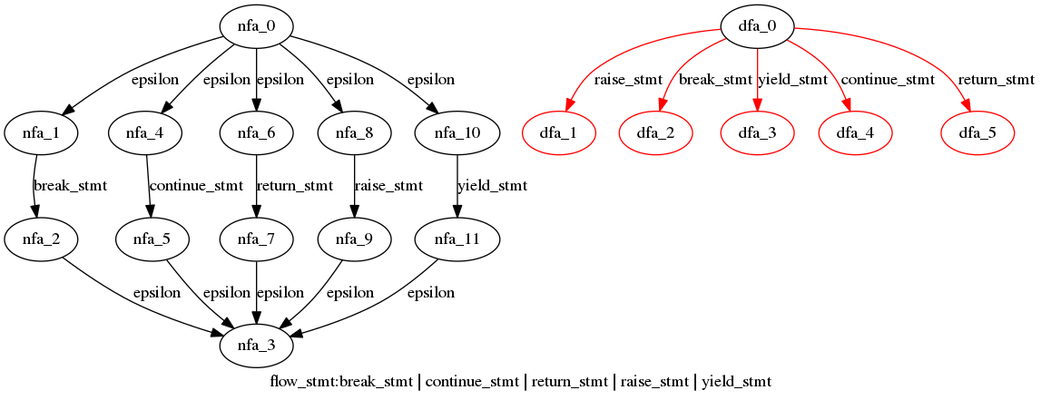
Before: cpython/grammar/handwrite/nfa_dfas/22.flow_stmt.dot.png, a diagram exported from Graphviz (WinChua/blog). Its source is kept beside it as cpython/grammar/handwrite/nfa_dfas/22.flow_stmt.dot. Source of this version:
```dot
digraph flow_stmt {
 graph[label="flow_stmt:break_stmt | continue_stmt | return_stmt | raise_stmt | yield_stmt"]
 subgraph flow_stmt_nfa {
  nfa_0->nfa_1[label="epsilon"]
  nfa_1->nfa_2[label="break_stmt"]
  nfa_2->nfa_3[label="epsilon"]
  nfa_0->nfa_4[label="epsilon"]
  nfa_4->nfa_5[label="continue_stmt"]
  nfa_5->nfa_3[label="epsilon"]
  nfa_0->nfa_6[label="epsilon"]
  nfa_6->nfa_7[label="return_stmt"]
  nfa_7->nfa_3[label="epsilon"]
  nfa_0->nfa_8[label="epsilon"]
  nfa_8->nfa_9[label="raise_stmt"]
  nfa_9->nfa_3[label="epsilon"]
  nfa_0->nfa_10[label="epsilon"]
  nfa_10->nfa_11[label="yield_stmt"]
  nfa_11->nfa_3[label="epsilon"]
  }
 subgraph flow_stmt_dfa {
  dfa_0->dfa_1[label="raise_stmt",color=red]
  dfa_0->dfa_2[label="break_stmt",color=red]
  dfa_0->dfa_3[label="yield_stmt",color=red]
  dfa_0->dfa_4[label="continue_stmt",color=red]
  dfa_0->dfa_5[label="return_stmt",color=red]
  dfa_1[color=red]
  dfa_2[color=red]
  dfa_3[color=red]
  dfa_4[color=red]
  dfa_5[color=red]
  }
}
```
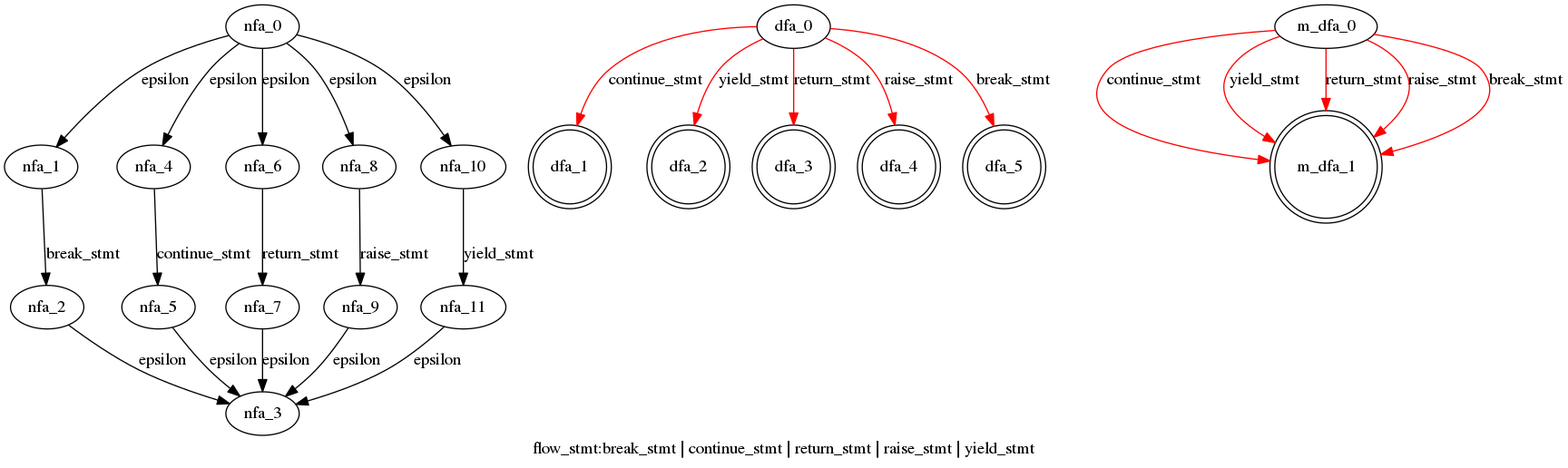
Later version of the same file.

Diff of the diagram source:
```diff
@@ -18,15 +18,23 @@
   nfa_11->nfa_3[label="epsilon"]
   }
  subgraph flow_stmt_dfa {
-  dfa_0->dfa_1[label="raise_stmt",color=red]
-  dfa_0->dfa_2[label="break_stmt",color=red]
-  dfa_0->dfa_3[label="yield_stmt",color=red]
-  dfa_0->dfa_4[label="continue_stmt",color=red]
-  dfa_0->dfa_5[label="return_stmt",color=red]
-  dfa_1[color=red]
-  dfa_2[color=red]
-  dfa_3[color=red]
-  dfa_4[color=red]
-  dfa_5[color=red]
+  dfa_0->dfa_1[label="continue_stmt",color=red]
+  dfa_0->dfa_2[label="yield_stmt",color=red]
+  dfa_0->dfa_3[label="return_stmt",color=red]
+  dfa_0->dfa_4[label="raise_stmt",color=red]
+  dfa_0->dfa_5[label="break_stmt",color=red]
+  dfa_1[shape=doublecircle]
+  dfa_2[shape=doublecircle]
+  dfa_3[shape=doublecircle]
+  dfa_4[shape=doublecircle]
+  dfa_5[shape=doublecircle]
+  }
+ subgraph flow_stmt_m_dfa {
+  m_dfa_0->m_dfa_1[label="continue_stmt",color=red]
+  m_dfa_0->m_dfa_1[label="yield_stmt",color=red]
+  m_dfa_0->m_dfa_1[label="return_stmt",color=red]
+  m_dfa_0->m_dfa_1[label="raise_stmt",color=red]
+  m_dfa_0->m_dfa_1[label="break_stmt",color=red]
+  m_dfa_1[shape=doublecircle]
   }
 }
```
